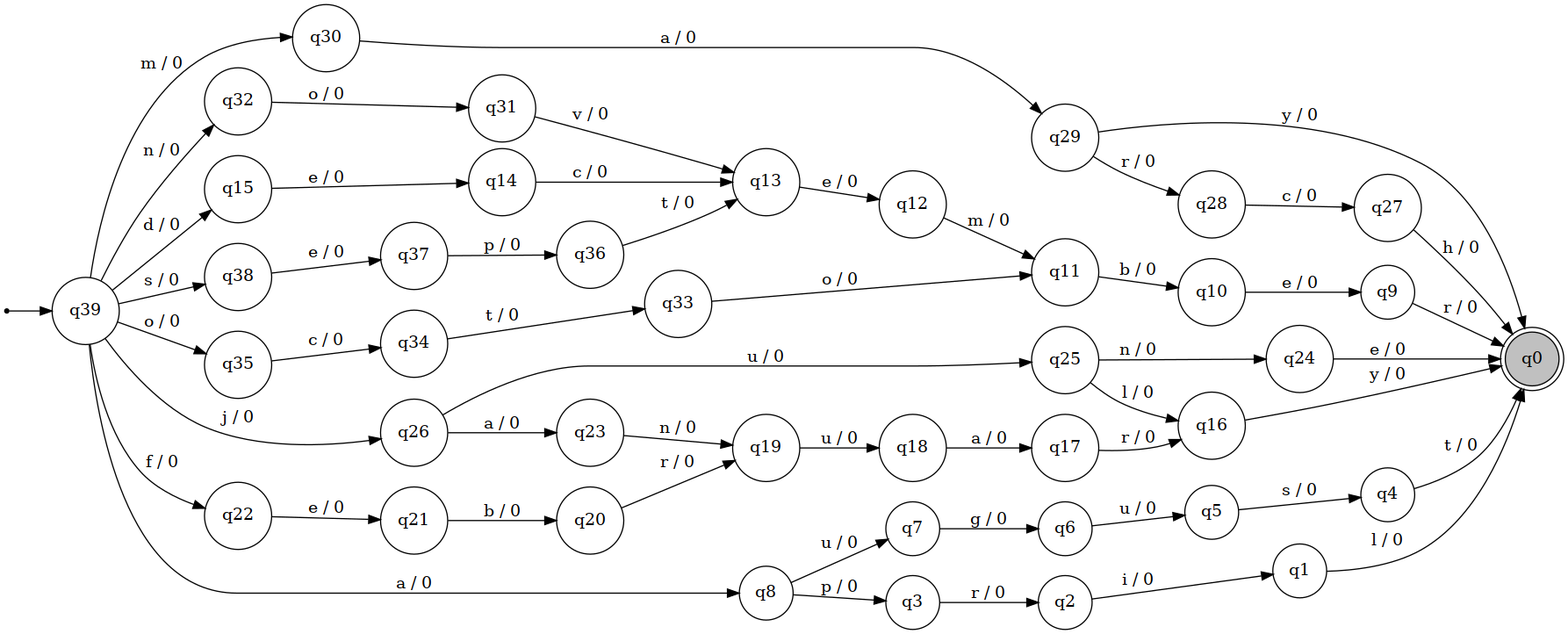
Before: graphs/poc_mast.png, a diagram exported from Graphviz (lucasll37/CTC-34). Its source is kept beside it as graphs/graphViz/poc_mast.dot.
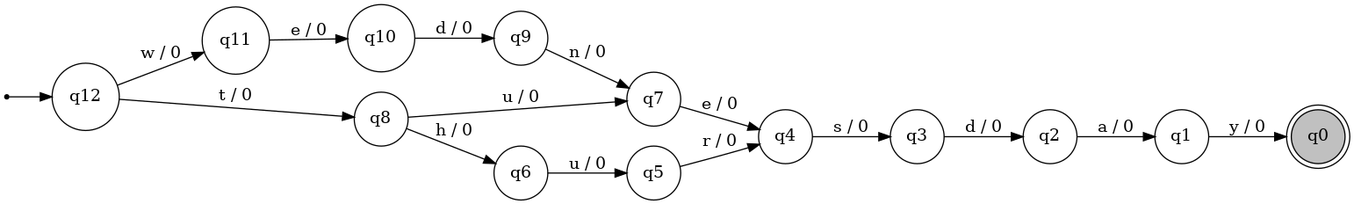
Above is the later version.

Diff of the diagram source:
```diff
@@ -2,97 +2,34 @@
 rankdir=LR;
 node [shape=circle];
 ini [shape=point];
-ini -> q39;
-	q38 [label="q38"];
-	q36 [label="q36"];
-	q32 [label="q32"];
-	q30 [label="q30"];
-	q29 [label="q29"];
+ini -> q12;
 	q12 [label="q12"];
-	q26 [label="q26"];
+	q10 [label="q10"];
+	q7 [label="q7"];
+	q5 [label="q5"];
 	q11 [label="q11"];
-	q19 [label="q19"];
-	q10 [label="q10"];
+	q4 [label="q4"];
+	q6 [label="q6"];
+	q3 [label="q3"];
 	q9 [label="q9"];
-	q34 [label="q34"];
-	q3 [label="q3"];
-	q31 [label="q31"];
 	q8 [label="q8"];
-	q5 [label="q5"];
-	q35 [label="q35"];
-	q7 [label="q7"];
-	q39 [label="q39"];
-	q4 [label="q4"];
 	q2 [label="q2"];
 	q1 [label="q1"];
 	q0 [label="q0"];
 	q0 [shape=doublecircle];
 	q0 [style=filled fillcolor=gray];
-	q24 [label="q24"];
-	q14 [label="q14"];
-	q33 [label="q33"];
-	q6 [label="q6"];
-	q15 [label="q15"];
-	q16 [label="q16"];
-	q25 [label="q25"];
-	q17 [label="q17"];
-	q13 [label="q13"];
-	q18 [label="q18"];
-	q23 [label="q23"];
-	q20 [label="q20"];
-	q37 [label="q37"];
-	q21 [label="q21"];
-	q27 [label="q27"];
-	q22 [label="q22"];
-	q28 [label="q28"];
-	q38 -> q37 [label="e / 0"];
-	q36 -> q13 [label="t / 0"];
-	q32 -> q31 [label="o / 0"];
-	q30 -> q29 [label="a / 0"];
-	q29 -> q28 [label="r / 0"];
-	q29 -> q0 [label="y / 0"];
-	q12 -> q11 [label="m / 0"];
-	q26 -> q23 [label="a / 0"];
-	q26 -> q25 [label="u / 0"];
-	q11 -> q10 [label="b / 0"];
-	q19 -> q18 [label="u / 0"];
-	q10 -> q9 [label="e / 0"];
-	q9 -> q0 [label="r / 0"];
-	q34 -> q33 [label="t / 0"];
-	q3 -> q2 [label="r / 0"];
-	q31 -> q13 [label="v / 0"];
-	q8 -> q3 [label="p / 0"];
+	q12 -> q8 [label="t / 0"];
+	q12 -> q11 [label="w / 0"];
+	q10 -> q9 [label="d / 0"];
+	q7 -> q4 [label="e / 0"];
+	q5 -> q4 [label="r / 0"];
+	q11 -> q10 [label="e / 0"];
+	q4 -> q3 [label="s / 0"];
+	q6 -> q5 [label="u / 0"];
+	q3 -> q2 [label="d / 0"];
+	q9 -> q7 [label="n / 0"];
+	q8 -> q6 [label="h / 0"];
 	q8 -> q7 [label="u / 0"];
-	q5 -> q4 [label="s / 0"];
-	q35 -> q34 [label="c / 0"];
-	q7 -> q6 [label="g / 0"];
-	q39 -> q8 [label="a / 0"];
-	q39 -> q32 [label="n / 0"];
-	q39 -> q15 [label="d / 0"];
-	q39 -> q22 [label="f / 0"];
-	q39 -> q38 [label="s / 0"];
-	q39 -> q26 [label="j / 0"];
-	q39 -> q30 [label="m / 0"];
-	q39 -> q35 [label="o / 0"];
-	q4 -> q0 [label="t / 0"];
-	q2 -> q1 [label="i / 0"];
-	q1 -> q0 [label="l / 0"];
-	q24 -> q0 [label="e / 0"];
-	q14 -> q13 [label="c / 0"];
-	q33 -> q11 [label="o / 0"];
-	q6 -> q5 [label="u / 0"];
-	q15 -> q14 [label="e / 0"];
-	q16 -> q0 [label="y / 0"];
-	q25 -> q16 [label="l / 0"];
-	q25 -> q24 [label="n / 0"];
-	q17 -> q16 [label="r / 0"];
-	q13 -> q12 [label="e / 0"];
-	q18 -> q17 [label="a / 0"];
-	q23 -> q19 [label="n / 0"];
-	q20 -> q19 [label="r / 0"];
-	q37 -> q36 [label="p / 0"];
-	q21 -> q20 [label="b / 0"];
-	q27 -> q0 [label="h / 0"];
-	q22 -> q21 [label="e / 0"];
-	q28 -> q27 [label="c / 0"];
+	q2 -> q1 [label="a / 0"];
+	q1 -> q0 [label="y / 0"];
 }
```
